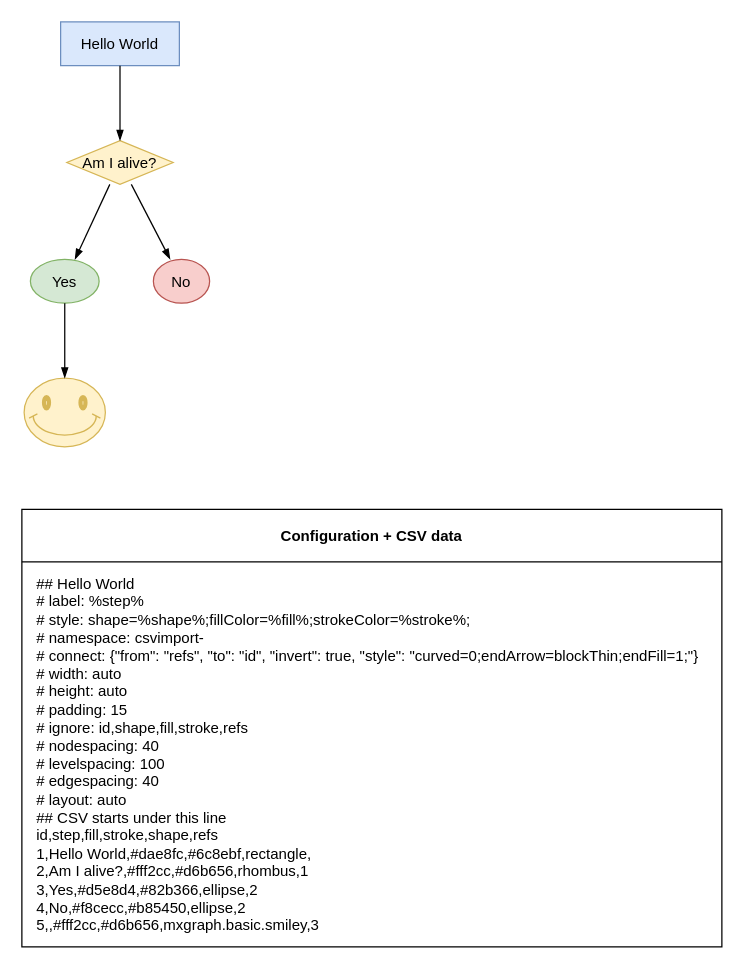
jgraph/drawio-diagrams keeps this draw.io diagram as page "Hello World" (1 of 4) of blog/CSVimport-examples.drawio. Above is the earlier version. Source tidied: cells renumbered, new cells numbered last; positions are measured from the earlier drawing's top-left corner, leaving out a move shared by most shapes. Both pictures are drawn from the tidied source at 125%, with x=0, y=0 at pixel (21, 21).
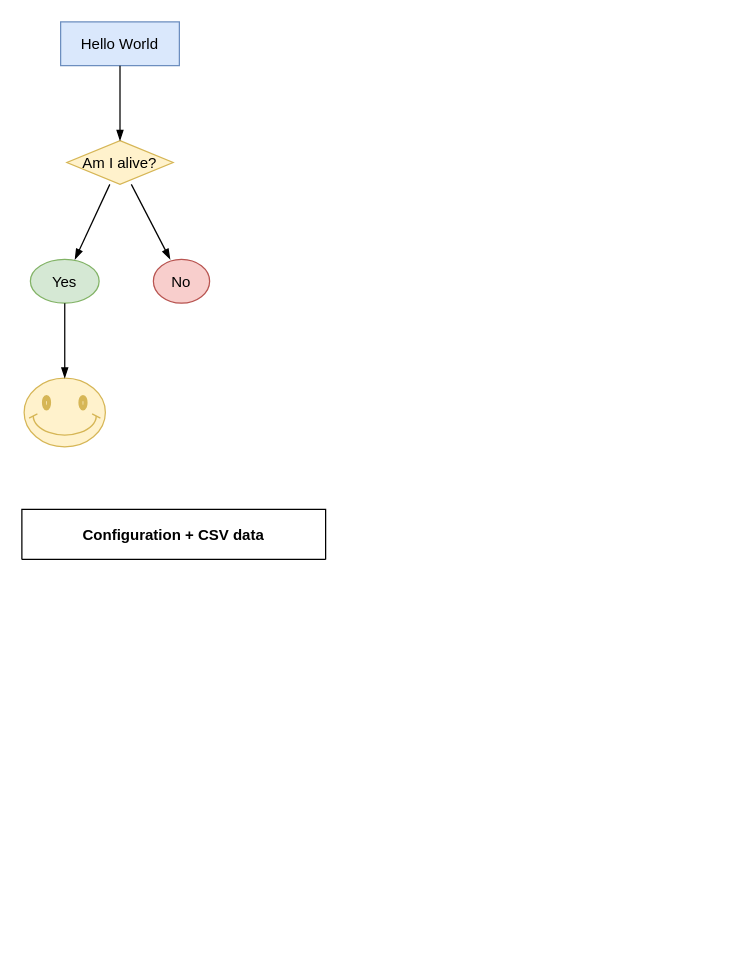
Above is the later version.

Change to the diagram source:
```diff
@@
 <mxGraphModel>
   <root>
     <mxCell id="0" />
     <mxCell id="1" parent="0" />
-    <mxCell id="2" value="Configuration + CSV data" style="swimlane;startSize=42;" parent="1" vertex="1">
-      <mxGeometry y="390" width="560" height="350" as="geometry" />
+    <mxCell id="2" value="Configuration + CSV data" style="swimlane;startSize=42;" parent="1" vertex="1" collapsed="1">
+      <mxGeometry y="390" width="243" height="40" as="geometry" />
     </mxCell>
-    <mxCell id="3" value="&lt;div&gt;## Hello World&lt;/div&gt;&lt;div&gt;# label: %step%&lt;/div&gt;&lt;div&gt;# style: shape=%shape%;fillColor=%fill%;strokeColor=%stroke%;&lt;/div&gt;&lt;div&gt;# namespace: csvimport-&lt;/div&gt;&lt;div&gt;# connect: {&quot;from&quot;: &quot;refs&quot;, &quot;to&quot;: &quot;id&quot;, &quot;invert&quot;: true, &quot;style&quot;: &quot;curved=0;endArrow=blockThin;endFill=1;&quot;}&lt;/div&gt;&lt;div&gt;# width: auto&lt;/div&gt;&lt;div&gt;# height: auto&lt;/div&gt;&lt;div&gt;# padding: 15&lt;/div&gt;&lt;div&gt;# ignore: id,shape,fill,stroke,refs&lt;/div&gt;&lt;div&gt;# nodespacing: 40&lt;/div&gt;&lt;div&gt;# levelspacing: 100&lt;/div&gt;&lt;div&gt;# edgespacing: 40&lt;/div&gt;&lt;div&gt;# layout: auto&lt;/div&gt;&lt;div&gt;## CSV starts under this line&lt;/div&gt;&lt;div&gt;id,step,fill,stroke,shape,refs&lt;/div&gt;&lt;div&gt;1,Hello World,#dae8fc,#6c8ebf,rectangle,&lt;/div&gt;&lt;div&gt;2,Am I alive?,#fff2cc,#d6b656,rhombus,1&lt;/div&gt;&lt;div&gt;3,Yes,#d5e8d4,#82b366,ellipse,2&lt;/div&gt;&lt;div&gt;4,No,#f8cecc,#b85450,ellipse,2&lt;/div&gt;&lt;div&gt;5,,#fff2cc,#d6b656,mxgraph.basic.smiley,3&lt;/div&gt;" style="text;html=1;align=left;verticalAlign=top;spacingTop=-4;" parent="2" vertex="1">
-      <mxGeometry x="10" y="50" width="550" height="280" as="geometry" />
-    </mxCell>
     <object id="4" label="%step%" placeholders="1" step="Hello World">
       <mxCell style="shape=rectangle;fillColor=#dae8fc;strokeColor=#6c8ebf;" parent="1" vertex="1">
         <mxGeometry x="31" width="95" height="35" as="geometry" />
       </mxCell>
     </object>
     <object id="5" label="%step%" placeholders="1" step="Am I alive?">
       <mxCell style="shape=rhombus;fillColor=#fff2cc;strokeColor=#d6b656;" parent="1" vertex="1">
         <mxGeometry x="36" y="95" width="85" height="35" as="geometry" />
       </mxCell>
     </object>
     <object id="6" label="%step%" placeholders="1" step="Yes">
       <mxCell style="shape=ellipse;fillColor=#d5e8d4;strokeColor=#82b366;" parent="1" vertex="1">
         <mxGeometry x="6.8" y="190" width="55" height="35" as="geometry" />
       </mxCell>
     </object>
     <object id="7" label="%step%" placeholders="1" step="No">
       <mxCell style="shape=ellipse;fillColor=#f8cecc;strokeColor=#b85450;" parent="1" vertex="1">
         <mxGeometry x="105.2" y="190" width="45" height="35" as="geometry" />
       </mxCell>
     </object>
     <object id="8" label="%step%" placeholders="1" step="">
       <mxCell style="shape=mxgraph.basic.smiley;fillColor=#fff2cc;strokeColor=#d6b656;" parent="1" vertex="1">
         <mxGeometry x="1.8" y="285" width="65" height="55" as="geometry" />
       </mxCell>
     </object>
     <mxCell id="9" style="curved=0;endArrow=blockThin;endFill=1;" parent="1" edge="1" source="4" target="5">
       <mxGeometry relative="1" as="geometry" />
     </mxCell>
     <mxCell id="10" style="curved=0;endArrow=blockThin;endFill=1;" parent="1" edge="1" source="5" target="6">
       <mxGeometry relative="1" as="geometry" />
     </mxCell>
     <mxCell id="11" style="curved=0;endArrow=blockThin;endFill=1;" parent="1" edge="1" source="5" target="7">
       <mxGeometry relative="1" as="geometry" />
     </mxCell>
     <mxCell id="12" style="curved=0;endArrow=blockThin;endFill=1;" parent="1" edge="1" source="6" target="8">
       <mxGeometry relative="1" as="geometry" />
     </mxCell>
   </root>
 </mxGraphModel>
```
